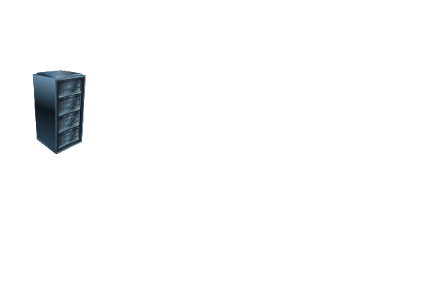
The draw.io diagram Honda MTH.drawio in jarisiber/Network, before the edit. Source tidied: cells renumbered, new cells numbered last; positions are measured from the earlier drawing's top-left corner, leaving out a move shared by most shapes. Both pictures are drawn from the tidied source at 106%, with x=0, y=0 at pixel (17, 70).
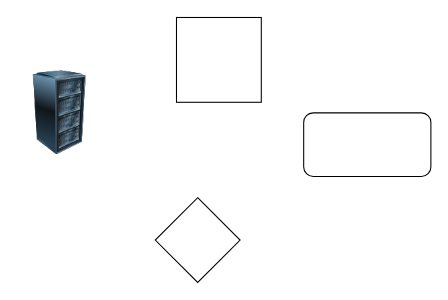
After the change.

Diff of the diagram source:
```diff
@@
 <mxGraphModel>
   <root>
     <mxCell id="0" />
     <mxCell id="1" parent="0" />
     <mxCell id="2" style="image;html=1;image=img/lib/clip_art/computers/Server_Rack_128x128.png;" parent="1" vertex="1">
       <mxGeometry width="80" height="80" as="geometry" />
     </mxCell>
+    <mxCell id="3" style="rounded=1;whiteSpace=wrap;html=1;" parent="1" vertex="1">
+      <mxGeometry x="270" y="40" width="120" height="60" as="geometry" />
+    </mxCell>
+    <mxCell id="4" style="whiteSpace=wrap;html=1;" parent="1" vertex="1">
+      <mxGeometry x="150" y="-50" width="80" height="80" as="geometry" />
+    </mxCell>
+    <mxCell id="5" style="rhombus;whiteSpace=wrap;html=1;" parent="1" vertex="1">
+      <mxGeometry x="130" y="120" width="80" height="80" as="geometry" />
+    </mxCell>
   </root>
 </mxGraphModel>
```
